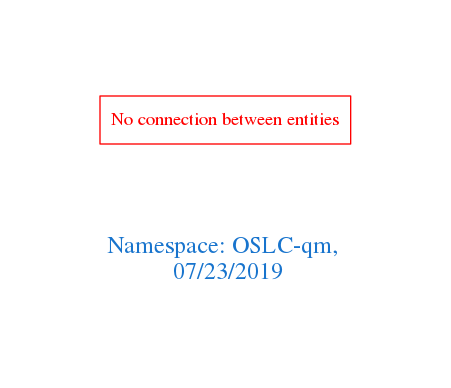
Before: downloads/OSLC-qm.png, a diagram exported from Graphviz (arago/OGIT). Its source is kept beside it as downloads/OSLC-qm.dot.
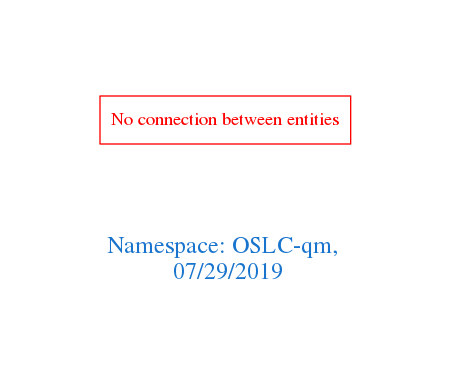
After the change.

Diff of the diagram source:
```diff
@@ -1,7 +1,7 @@
 digraph OGIT_ontology {
  graph [ rankdir= LR,pad=1
 fontsize = 18,
-fontcolor= dodgerblue3,label = "\n\n\nNamespace: OSLC-qm, \n 07/23/2019"];
+fontcolor= dodgerblue3,label = "\n\n\nNamespace: OSLC-qm, \n 07/29/2019"];
 node[shape=polygon];
 edge [  color="gray81"];
 
```
